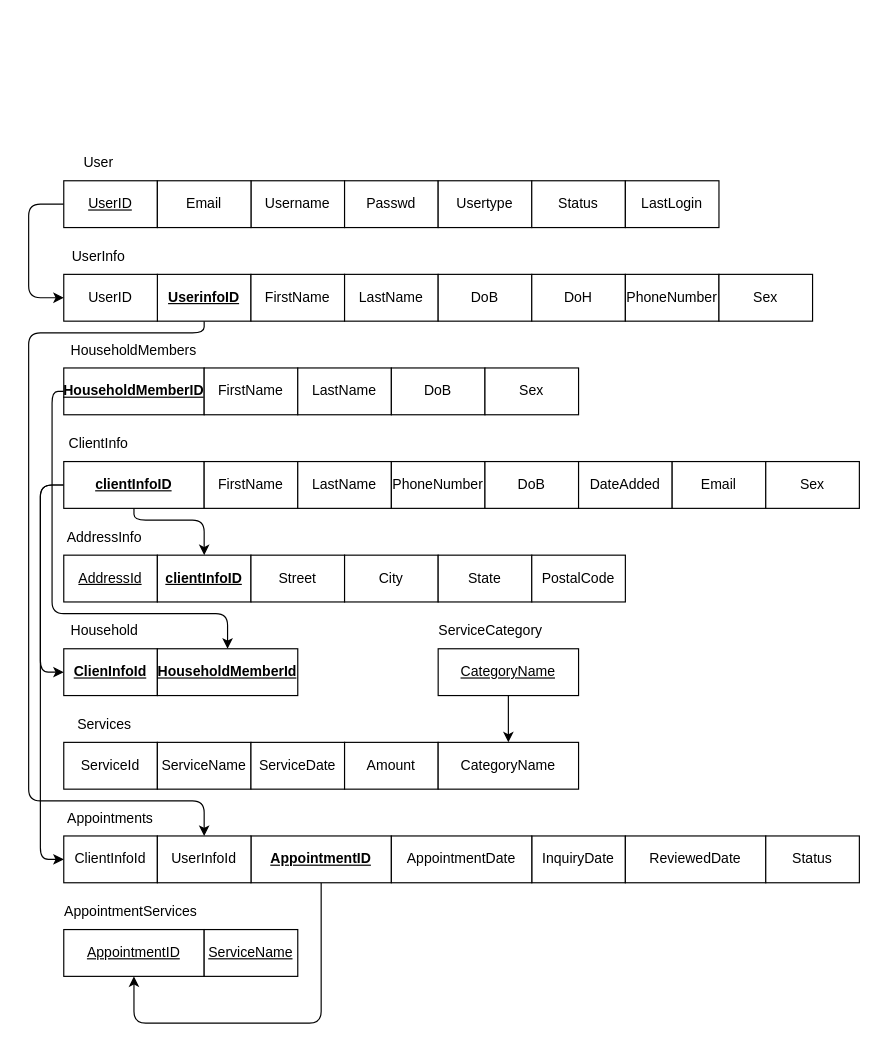
This is docs/eer2rel.drawio from cjonikes/client-intake-wa, a draw.io file, before an edit. Source tidied: cells renumbered, new cells numbered last; positions are measured from the earlier drawing's top-left corner, leaving out a move shared by most shapes. Both pictures are drawn from the tidied source at 117%, with x=0, y=0 at pixel (28, 145).
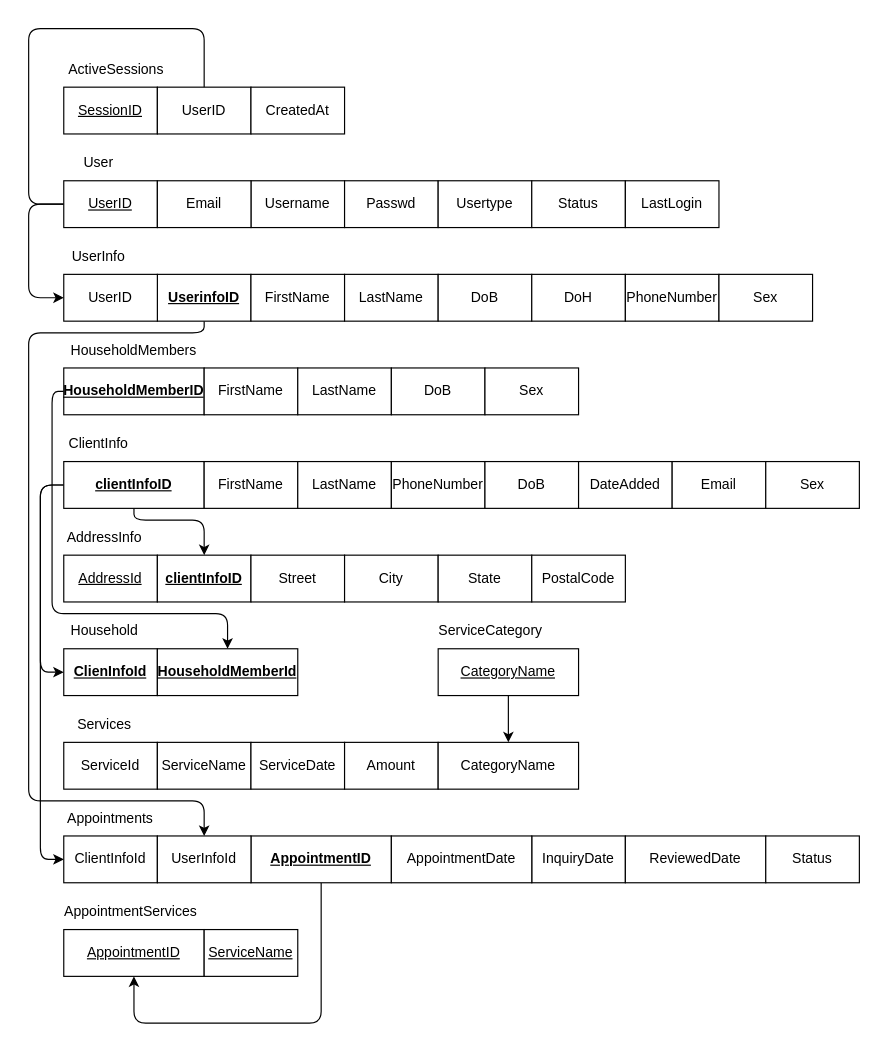
The same diagram, later.

Commit message (it also covers changes not shown here):
Updated schemas to add activesessions table on db and diagrams.

The change refers to these unchanged cells:
```xml
<mxCell id="6" value="UserID" style="rounded=0;whiteSpace=wrap;html=1;fontStyle=4;" parent="1" vertex="1">
  <mxGeometry x="30" y="30" width="80" height="40" as="geometry" />
</mxCell>
```

Change to the diagram source:
```diff
@@
+    <mxCell id="71" style="edgeStyle=orthogonalEdgeStyle;html=1;entryX=0.5;entryY=1;entryDx=0;entryDy=0;" parent="1" edge="1" source="6" target="74">
+      <mxGeometry relative="1" as="geometry">
+        <Array as="points">
+          <mxPoint y="50" />
+          <mxPoint y="-100" />
+          <mxPoint x="150" y="-100" />
+        </Array>
+      </mxGeometry>
+    </mxCell>
@@
+    <mxCell id="72" value="SessionID" style="rounded=0;whiteSpace=wrap;html=1;fontStyle=4;" parent="1" vertex="1">
+      <mxGeometry x="30" y="-50" width="80" height="40" as="geometry" />
+    </mxCell>
+    <mxCell id="73" value="ActiveSessions" style="text;html=1;align=center;verticalAlign=middle;whiteSpace=wrap;rounded=0;" parent="1" vertex="1">
+      <mxGeometry x="30" y="-80" width="90" height="30" as="geometry" />
+    </mxCell>
+    <mxCell id="74" value="UserID" style="rounded=0;whiteSpace=wrap;html=1;" parent="1" vertex="1">
+      <mxGeometry x="110" y="-50" width="80" height="40" as="geometry" />
+    </mxCell>
+    <mxCell id="75" value="CreatedAt" style="rounded=0;whiteSpace=wrap;html=1;" parent="1" vertex="1">
+      <mxGeometry x="190" y="-50" width="80" height="40" as="geometry" />
+    </mxCell>
```
